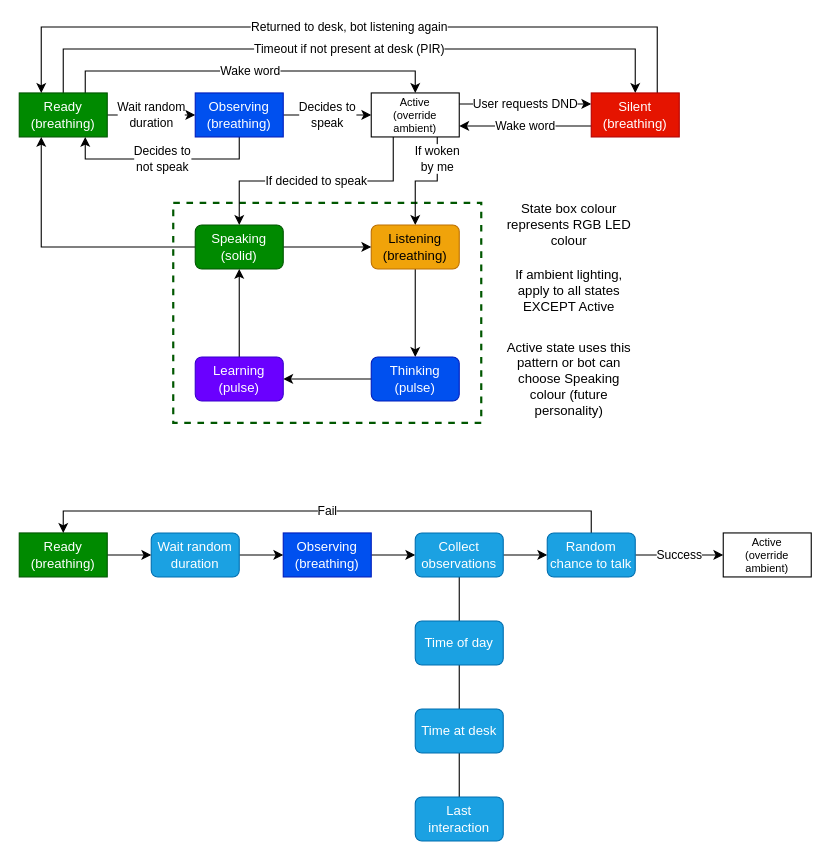
Before: page "State Machine" (1 of 2) of docs/diagrams/Pi Bot.drawio in javidahmed64592/pi-bot, a draw.io diagram. Source tidied: cells renumbered, new cells numbered last; positions are measured from the earlier drawing's top-left corner, leaving out a move shared by most shapes. Both pictures are drawn from the tidied source at 110%, with x=0, y=0 at pixel (19, 26).
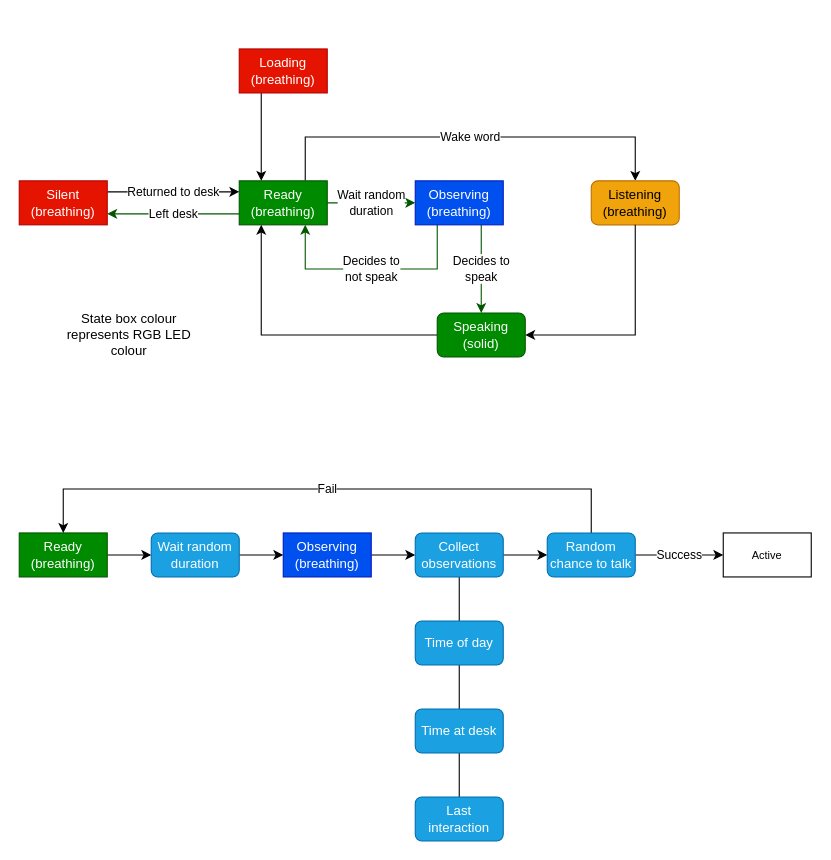
The same diagram, later.

Unchanged cells that the change refers to:
```xml
<mxCell id="34" value="Ready&lt;div&gt;(breathing)&lt;/div&gt;" style="rounded=0;whiteSpace=wrap;html=1;fillColor=#008a00;fontColor=#ffffff;strokeColor=#005700;" parent="1" vertex="1">
  <mxGeometry y="460" width="80" height="40" as="geometry" />
</mxCell>
<mxCell id="45" value="Random chance to talk" style="rounded=1;whiteSpace=wrap;html=1;fillColor=#1ba1e2;fontColor=#ffffff;strokeColor=#006EAF;" parent="1" vertex="1">
  <mxGeometry x="480" y="460" width="80" height="40" as="geometry" />
</mxCell>
```

Diff of the diagram source:
```diff
@@
-    <mxCell id="2" style="rounded=0;whiteSpace=wrap;html=1;dashed=1;fillColor=none;fontColor=#ffffff;strokeColor=#005700;strokeWidth=2;" parent="1" vertex="1">
-      <mxGeometry x="140" y="160" width="280" height="200" as="geometry" />
-    </mxCell>
-    <mxCell id="3" value="Wait random&lt;div&gt;duration&lt;/div&gt;" style="edgeStyle=orthogonalEdgeStyle;rounded=0;jettySize=auto;html=1;entryX=0;entryY=0.5;entryDx=0;entryDy=0;" parent="1" edge="1" source="6" target="9">
+    <mxCell id="3" value="Wait random&lt;div&gt;duration&lt;/div&gt;" style="edgeStyle=orthogonalEdgeStyle;rounded=0;jettySize=auto;html=1;entryX=0;entryY=0.5;entryDx=0;entryDy=0;fillColor=#008a00;strokeColor=#005700;" parent="1" edge="1" source="6" target="9">
       <mxGeometry relative="1" as="geometry" />
     </mxCell>
-    <mxCell id="4" value="Wake word" style="edgeStyle=orthogonalEdgeStyle;rounded=0;jettySize=auto;html=1;entryX=0.5;entryY=0;entryDx=0;entryDy=0;exitX=0.75;exitY=0;exitDx=0;exitDy=0;" parent="1" edge="1" source="6" target="13">
-      <mxGeometry relative="1" as="geometry">
-        <Array as="points">
-          <mxPoint x="60" y="40" />
-          <mxPoint x="360" y="40" />
-        </Array>
-      </mxGeometry>
-    </mxCell>
-    <mxCell id="5" value="Timeout if not present at desk (PIR)" style="edgeStyle=orthogonalEdgeStyle;rounded=0;jettySize=auto;html=1;exitX=0.5;exitY=0;exitDx=0;exitDy=0;entryX=0.5;entryY=0;entryDx=0;entryDy=0;startArrow=none;startFill=0;" parent="1" edge="1" source="6" target="16">
-      <mxGeometry relative="1" as="geometry">
-        <Array as="points">
-          <mxPoint x="40" y="20" />
-          <mxPoint x="560" y="20" />
-        </Array>
-      </mxGeometry>
+    <mxCell id="5" value="Left desk" style="edgeStyle=orthogonalEdgeStyle;rounded=0;jettySize=auto;html=1;exitX=0;exitY=0.75;exitDx=0;exitDy=0;entryX=1;entryY=0.75;entryDx=0;entryDy=0;fillColor=#008a00;strokeColor=#005700;" parent="1" edge="1" source="6" target="16">
+      <mxGeometry relative="1" as="geometry" />
     </mxCell>
+    <mxCell id="47" value="Wake word" style="edgeStyle=orthogonalEdgeStyle;rounded=0;jettySize=auto;html=1;exitX=0.75;exitY=0;exitDx=0;exitDy=0;entryX=0.5;entryY=0;entryDx=0;entryDy=0;" parent="1" edge="1" source="6" target="18">
+      <mxGeometry relative="1" as="geometry">
+        <Array as="points">
+          <mxPoint x="260" y="100" />
+          <mxPoint x="560" y="100" />
+        </Array>
+      </mxGeometry>
+    </mxCell>
     <mxCell id="6" value="Ready&lt;div&gt;(breathing)&lt;/div&gt;" style="rounded=0;whiteSpace=wrap;html=1;fillColor=#008a00;fontColor=#ffffff;strokeColor=#005700;" parent="1" vertex="1">
-      <mxGeometry y="60" width="80" height="40" as="geometry" />
+      <mxGeometry x="200" y="139.9" width="80" height="40" as="geometry" />
     </mxCell>
-    <mxCell id="7" value="Decides to&lt;div&gt;speak&lt;/div&gt;" style="edgeStyle=orthogonalEdgeStyle;rounded=0;jettySize=auto;html=1;exitX=1;exitY=0.5;exitDx=0;exitDy=0;entryX=0;entryY=0.5;entryDx=0;entryDy=0;" parent="1" edge="1" source="9" target="13">
+    <mxCell id="7" value="Decides to&lt;div&gt;speak&lt;/div&gt;" style="edgeStyle=orthogonalEdgeStyle;rounded=0;jettySize=auto;html=1;exitX=0.75;exitY=1;exitDx=0;exitDy=0;entryX=0.5;entryY=0;entryDx=0;entryDy=0;fillColor=#008a00;strokeColor=#005700;" parent="1" edge="1" source="9" target="23">
       <mxGeometry relative="1" as="geometry" />
     </mxCell>
-    <mxCell id="8" value="Decides to&lt;div&gt;not speak&lt;/div&gt;" style="edgeStyle=orthogonalEdgeStyle;rounded=0;jettySize=auto;html=1;entryX=0.75;entryY=1;entryDx=0;entryDy=0;" parent="1" edge="1" source="9" target="6">
+    <mxCell id="8" value="Decides to&lt;div&gt;not speak&lt;/div&gt;" style="edgeStyle=orthogonalEdgeStyle;rounded=0;jettySize=auto;html=1;entryX=0.75;entryY=1;entryDx=0;entryDy=0;fillColor=#008a00;strokeColor=#005700;exitX=0.25;exitY=1;exitDx=0;exitDy=0;" parent="1" edge="1" source="9" target="6">
       <mxGeometry relative="1" as="geometry">
         <Array as="points">
-          <mxPoint x="200" y="120" />
-          <mxPoint x="60" y="120" />
+          <mxPoint x="380" y="220" />
+          <mxPoint x="260" y="220" />
         </Array>
       </mxGeometry>
     </mxCell>
     <mxCell id="9" value="Observing&lt;div&gt;(breathing)&lt;/div&gt;" style="rounded=0;whiteSpace=wrap;html=1;fillColor=#0050ef;fontColor=#ffffff;strokeColor=#001DBC;" parent="1" vertex="1">
-      <mxGeometry x="160" y="60" width="80" height="40" as="geometry" />
+      <mxGeometry x="360" y="139.9" width="80" height="40" as="geometry" />
     </mxCell>
-    <mxCell id="10" value="If woken&lt;div&gt;by me&lt;/div&gt;" style="edgeStyle=orthogonalEdgeStyle;rounded=0;jettySize=auto;html=1;entryX=0.5;entryY=0;entryDx=0;entryDy=0;exitX=0.75;exitY=1;exitDx=0;exitDy=0;" parent="1" edge="1" source="13" target="18">
-      <mxGeometry x="-0.6" relative="1" as="geometry" />
-    </mxCell>
-    <mxCell id="11" value="If decided to speak" style="edgeStyle=orthogonalEdgeStyle;rounded=0;jettySize=auto;html=1;exitX=0.25;exitY=1;exitDx=0;exitDy=0;entryX=0.5;entryY=0;entryDx=0;entryDy=0;" parent="1" edge="1" source="13" target="23">
-      <mxGeometry relative="1" as="geometry" />
-    </mxCell>
-    <mxCell id="12" value="User requests DND" style="edgeStyle=orthogonalEdgeStyle;rounded=0;jettySize=auto;html=1;exitX=1;exitY=0.25;exitDx=0;exitDy=0;entryX=0;entryY=0.25;entryDx=0;entryDy=0;" parent="1" edge="1" source="13" target="16">
-      <mxGeometry relative="1" as="geometry" />
-    </mxCell>
-    <mxCell id="13" value="Active&lt;div&gt;(override ambient)&lt;/div&gt;" style="rounded=0;whiteSpace=wrap;html=1;fontSize=10;" parent="1" vertex="1">
-      <mxGeometry x="320" y="60" width="80" height="40" as="geometry" />
-    </mxCell>
-    <mxCell id="14" value="Wake word" style="edgeStyle=orthogonalEdgeStyle;rounded=0;jettySize=auto;html=1;exitX=0;exitY=0.75;exitDx=0;exitDy=0;entryX=1;entryY=0.75;entryDx=0;entryDy=0;" parent="1" edge="1" source="16" target="13">
-      <mxGeometry relative="1" as="geometry" />
-    </mxCell>
-    <mxCell id="15" value="Returned to desk, bot listening again" style="edgeStyle=orthogonalEdgeStyle;rounded=0;jettySize=auto;html=1;exitX=0.75;exitY=0;exitDx=0;exitDy=0;entryX=0.25;entryY=0;entryDx=0;entryDy=0;" parent="1" edge="1" source="16" target="6">
-      <mxGeometry relative="1" as="geometry">
-        <Array as="points">
-          <mxPoint x="580" />
-          <mxPoint x="20" />
-        </Array>
-      </mxGeometry>
+    <mxCell id="15" value="Returned to desk" style="edgeStyle=orthogonalEdgeStyle;rounded=0;jettySize=auto;html=1;exitX=1;exitY=0.25;exitDx=0;exitDy=0;entryX=0;entryY=0.25;entryDx=0;entryDy=0;" parent="1" edge="1" source="16" target="6">
+      <mxGeometry relative="1" as="geometry" />
     </mxCell>
     <mxCell id="16" value="Silent&lt;div&gt;(breathing)&lt;/div&gt;" style="rounded=0;whiteSpace=wrap;html=1;fillColor=#e51400;fontColor=#ffffff;strokeColor=#B20000;" parent="1" vertex="1">
-      <mxGeometry x="520" y="60" width="80" height="40" as="geometry" />
+      <mxGeometry y="139.9" width="80" height="40" as="geometry" />
     </mxCell>
-    <mxCell id="17" style="edgeStyle=orthogonalEdgeStyle;rounded=0;jettySize=auto;html=1;entryX=0.5;entryY=0;entryDx=0;entryDy=0;" parent="1" edge="1" source="18" target="20">
-      <mxGeometry relative="1" as="geometry" />
-    </mxCell>
     <mxCell id="18" value="Listening&lt;div&gt;(breathing)&lt;/div&gt;" style="rounded=1;whiteSpace=wrap;html=1;fillColor=#f0a30a;fontColor=#000000;strokeColor=#BD7000;" parent="1" vertex="1">
-      <mxGeometry x="320" y="180" width="80" height="40" as="geometry" />
+      <mxGeometry x="520" y="139.9" width="80" height="40" as="geometry" />
     </mxCell>
-    <mxCell id="19" style="edgeStyle=orthogonalEdgeStyle;rounded=0;jettySize=auto;html=1;entryX=1;entryY=0.5;entryDx=0;entryDy=0;" parent="1" edge="1" source="20" target="25">
-      <mxGeometry relative="1" as="geometry" />
-    </mxCell>
-    <mxCell id="20" value="Thinking&lt;div&gt;(pulse)&lt;/div&gt;" style="rounded=1;whiteSpace=wrap;html=1;fillColor=#0050ef;fontColor=#ffffff;strokeColor=#001DBC;" parent="1" vertex="1">
-      <mxGeometry x="320" y="300" width="80" height="40" as="geometry" />
-    </mxCell>
@@
-    <mxCell id="22" style="edgeStyle=orthogonalEdgeStyle;rounded=0;jettySize=auto;html=1;entryX=0;entryY=0.5;entryDx=0;entryDy=0;" parent="1" edge="1" source="23" target="18">
+    <mxCell id="22" style="edgeStyle=orthogonalEdgeStyle;rounded=0;jettySize=auto;html=1;entryX=1;entryY=0.5;entryDx=0;entryDy=0;exitX=0.5;exitY=1;exitDx=0;exitDy=0;" parent="1" edge="1" source="18" target="23">
       <mxGeometry relative="1" as="geometry" />
     </mxCell>
     <mxCell id="23" value="Speaking&lt;div&gt;(solid)&lt;/div&gt;" style="rounded=1;whiteSpace=wrap;html=1;fillColor=#008a00;fontColor=#ffffff;strokeColor=#005700;" parent="1" vertex="1">
-      <mxGeometry x="160" y="180" width="80" height="40" as="geometry" />
+      <mxGeometry x="380" y="260" width="80" height="40" as="geometry" />
     </mxCell>
-    <mxCell id="24" style="edgeStyle=orthogonalEdgeStyle;rounded=0;jettySize=auto;html=1;entryX=0.5;entryY=1;entryDx=0;entryDy=0;" parent="1" edge="1" source="25" target="23">
-      <mxGeometry relative="1" as="geometry" />
-    </mxCell>
-    <mxCell id="25" value="Learning&lt;div&gt;(pulse)&lt;/div&gt;" style="rounded=1;whiteSpace=wrap;html=1;fillColor=#6a00ff;fontColor=#ffffff;strokeColor=#3700CC;" parent="1" vertex="1">
-      <mxGeometry x="160" y="300" width="80" height="40" as="geometry" />
-    </mxCell>
     <mxCell id="26" value="State box colour represents RGB LED colour" style="text;html=1;whiteSpace=wrap;strokeColor=none;fillColor=none;align=center;verticalAlign=middle;rounded=0;" parent="1" vertex="1">
-      <mxGeometry x="440" y="160" width="120" height="40" as="geometry" />
+      <mxGeometry x="40" y="260" width="120" height="40" as="geometry" />
     </mxCell>
-    <mxCell id="27" value="If ambient lighting, apply to all states EXCEPT Active" style="text;html=1;whiteSpace=wrap;strokeColor=none;fillColor=none;align=center;verticalAlign=middle;rounded=0;" parent="1" vertex="1">
-      <mxGeometry x="440" y="220" width="120" height="40" as="geometry" />
-    </mxCell>
-    <mxCell id="28" value="Active state uses this pattern or bot can choose Speaking colour (future personality)" style="text;html=1;whiteSpace=wrap;strokeColor=none;fillColor=none;align=center;verticalAlign=middle;rounded=0;" parent="1" vertex="1">
-      <mxGeometry x="440" y="300" width="120" height="40" as="geometry" />
-    </mxCell>
@@
     <mxCell id="44" value="Fail" style="edgeStyle=orthogonalEdgeStyle;rounded=0;jettySize=auto;html=1;entryX=0.5;entryY=0;entryDx=0;entryDy=0;" parent="1" edge="1" source="45" target="34">
       <mxGeometry relative="1" as="geometry">
         <Array as="points">
-          <mxPoint x="520" y="440" />
-          <mxPoint x="40" y="440" />
+          <mxPoint x="520" y="420" />
+          <mxPoint x="40" y="420" />
         </Array>
       </mxGeometry>
     </mxCell>
@@
-    <mxCell id="46" value="Active&lt;div&gt;(override ambient)&lt;/div&gt;" style="rounded=0;whiteSpace=wrap;html=1;fontSize=10;" parent="1" vertex="1">
+    <mxCell id="46" value="Active" style="rounded=0;whiteSpace=wrap;html=1;fontSize=10;" parent="1" vertex="1">
       <mxGeometry x="640" y="460" width="80" height="40" as="geometry" />
     </mxCell>
+    <mxCell id="48" style="edgeStyle=orthogonalEdgeStyle;rounded=0;jettySize=auto;html=1;exitX=0.25;exitY=1;exitDx=0;exitDy=0;entryX=0.25;entryY=0;entryDx=0;entryDy=0;" parent="1" edge="1" source="49" target="6">
+      <mxGeometry relative="1" as="geometry" />
+    </mxCell>
+    <mxCell id="49" value="Loading&lt;div&gt;(breathing)&lt;/div&gt;" style="rounded=0;whiteSpace=wrap;html=1;fillColor=#e51400;fontColor=#ffffff;strokeColor=#B20000;" parent="1" vertex="1">
+      <mxGeometry x="200" y="20" width="80" height="40" as="geometry" />
+    </mxCell>
```
